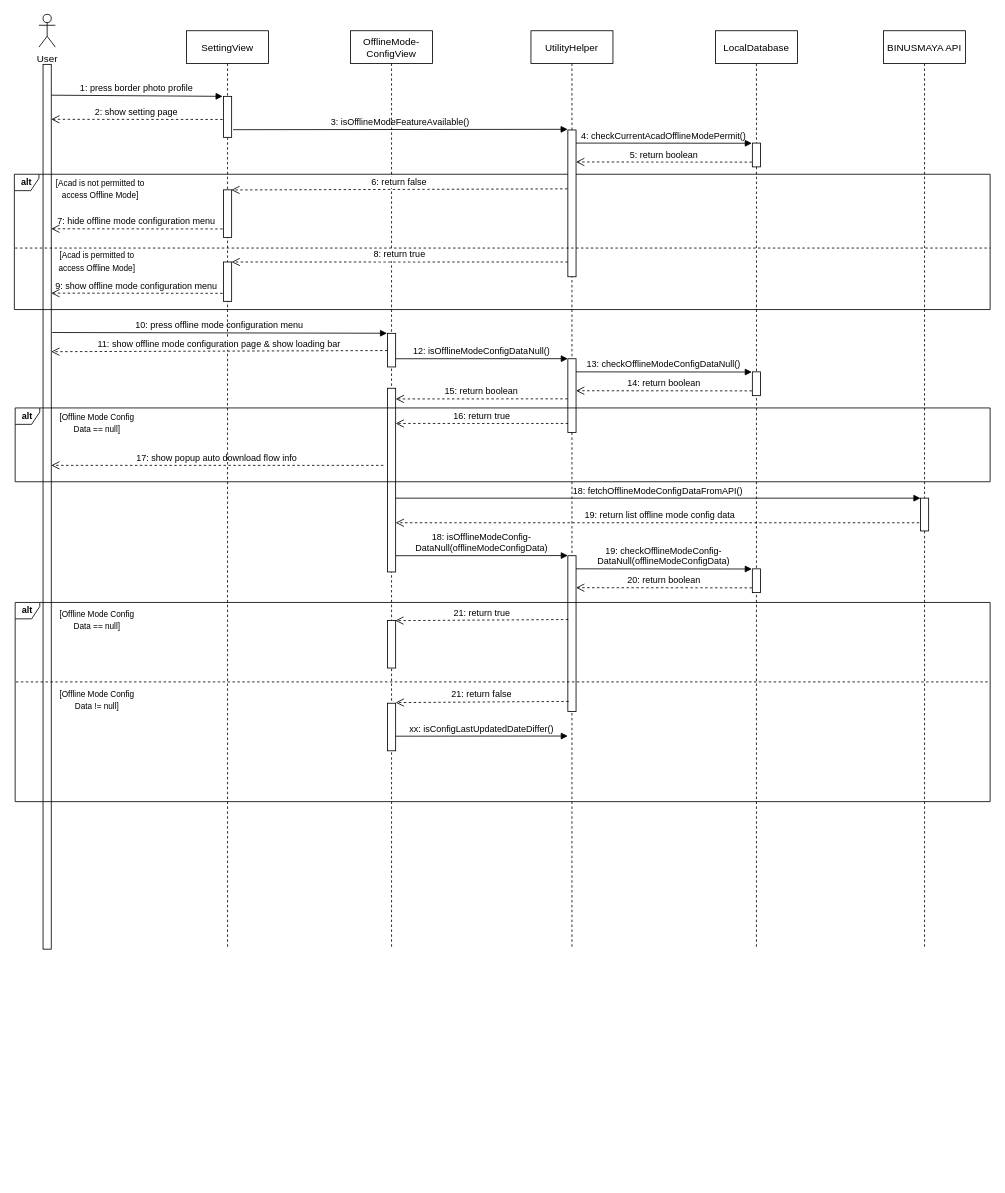
The draw.io diagram diagrams/06. view_offline_mode_config/Sequence Diagram.drawio in angeliawidjaja/offline-mode-paper, before the edit. Source tidied: cells renumbered, new cells numbered last; positions are measured from the earlier drawing's top-left corner, leaving out a move shared by most shapes. Both pictures are drawn from the tidied source at 82%, with x=0, y=0 at pixel (14, 14).
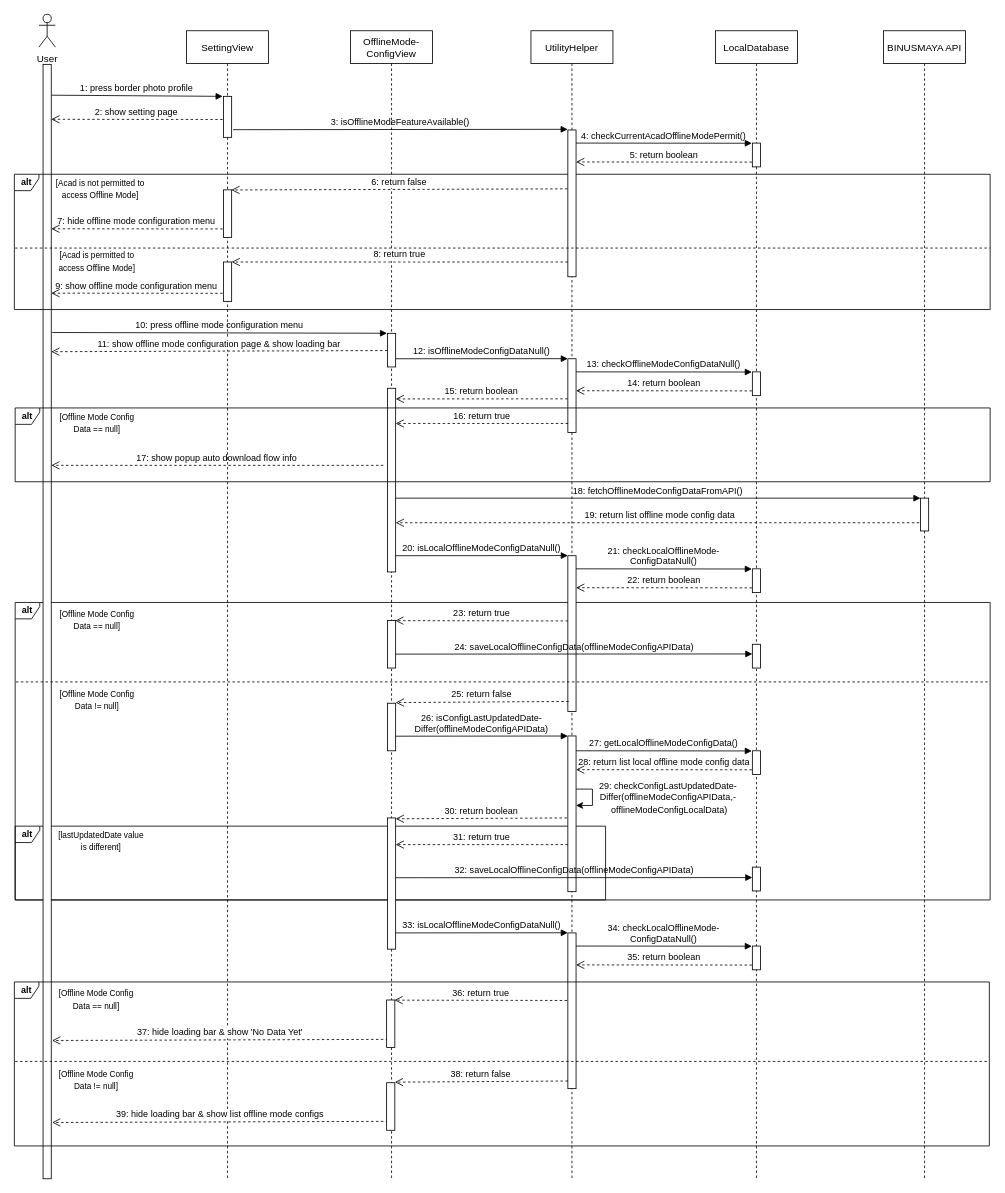
The same diagram, later.

The change refers to these unchanged cells:
```xml
<mxCell id="40" style="points=[];perimeter=orthogonalPerimeter;rounded=0;shadow=0;strokeWidth=1;" parent="1" vertex="1">
  <mxGeometry x="675" y="660.2" width="10" height="189.9" as="geometry" />
</mxCell>
<mxCell id="46" style="points=[];perimeter=orthogonalPerimeter;rounded=0;shadow=0;strokeWidth=1;" parent="1" vertex="1">
  <mxGeometry x="455" y="739.2" width="10" height="58" as="geometry" />
</mxCell>
```

What changed in the source:
```diff
@@
+    <mxCell id="44" value="&lt;b&gt;alt&lt;/b&gt;" style="shape=umlFrame;whiteSpace=wrap;html=1;fontSize=11;width=30;height=20;fillColor=none;" parent="1" vertex="1">
+      <mxGeometry x="1" y="717.2" width="1189" height="362.8" as="geometry" />
+    </mxCell>
+    <mxCell id="59" value="&lt;b&gt;alt&lt;/b&gt;" style="shape=umlFrame;whiteSpace=wrap;html=1;fontSize=11;width=30;height=20;fillColor=none;" parent="1" vertex="1">
+      <mxGeometry x="1" y="990" width="720" height="90" as="geometry" />
+    </mxCell>
+    <mxCell id="47" value="23: return true" style="verticalAlign=bottom;endArrow=open;dashed=1;endSize=8;exitX=0.014;exitY=0.419;shadow=0;strokeWidth=1;entryX=0.955;entryY=0.003;entryDx=0;entryDy=0;entryPerimeter=0;exitDx=0;exitDy=0;exitPerimeter=0;" parent="1" edge="1" source="40" target="46">
+      <mxGeometry relative="1" as="geometry" />
+    </mxCell>
     <mxCell id="2" style="perimeter=orthogonalPerimeter;rounded=0;shadow=0;strokeWidth=1;" parent="1" vertex="1">
-      <mxGeometry x="35" y="61" width="10" height="1079" as="geometry" />
+      <mxGeometry x="35" y="61" width="10" height="1359" as="geometry" />
     </mxCell>
@@
     <mxCell id="4" value="SettingView" style="shape=umlLifeline;perimeter=lifelinePerimeter;rounded=0;shadow=0;strokeWidth=1;" parent="1" vertex="1">
-      <mxGeometry x="210" y="20" width="100" height="1120" as="geometry" />
+      <mxGeometry x="210" y="20" width="100" height="1400" as="geometry" />
     </mxCell>
@@
     <mxCell id="7" value="UtilityHelper" style="shape=umlLifeline;perimeter=lifelinePerimeter;rounded=0;shadow=0;strokeWidth=1;" parent="1" vertex="1">
-      <mxGeometry x="630" y="20" width="100" height="1120" as="geometry" />
+      <mxGeometry x="630" y="20" width="100" height="1400" as="geometry" />
     </mxCell>
@@
     <mxCell id="18" value="LocalDatabase" style="shape=umlLifeline;perimeter=lifelinePerimeter;rounded=0;shadow=0;strokeWidth=1;" parent="1" vertex="1">
-      <mxGeometry x="855" y="20" width="100" height="1120" as="geometry" />
+      <mxGeometry x="855" y="20" width="100" height="1400" as="geometry" />
     </mxCell>
+    <mxCell id="60" style="perimeter=orthogonalPerimeter;rounded=0;shadow=0;strokeWidth=1;" parent="18" vertex="1">
+      <mxGeometry x="45" y="1020" width="10" height="29" as="geometry" />
+    </mxCell>
@@
     <mxCell id="25" value="OfflineMode-&#10;ConfigView" style="shape=umlLifeline;perimeter=lifelinePerimeter;rounded=0;shadow=0;strokeWidth=1;" parent="1" vertex="1">
-      <mxGeometry x="410" y="20" width="100" height="1120" as="geometry" />
+      <mxGeometry x="410" y="20" width="100" height="1400" as="geometry" />
     </mxCell>
@@
-    <mxCell id="39" value="18: isOfflineModeConfig-&#10;DataNull(offlineModeConfigData)" style="verticalAlign=bottom;endArrow=block;shadow=0;strokeWidth=1;fontStyle=0;labelBorderColor=none;labelBackgroundColor=none;exitX=1.021;exitY=0.034;exitDx=0;exitDy=0;exitPerimeter=0;entryX=0;entryY=-0.001;entryDx=0;entryDy=0;entryPerimeter=0;" parent="1" edge="1" target="40">
+    <mxCell id="39" value="20: isLocalOfflineModeConfigDataNull()" style="verticalAlign=bottom;endArrow=block;shadow=0;strokeWidth=1;fontStyle=0;labelBorderColor=none;labelBackgroundColor=none;exitX=1.021;exitY=0.034;exitDx=0;exitDy=0;exitPerimeter=0;entryX=0;entryY=-0.001;entryDx=0;entryDy=0;entryPerimeter=0;" parent="1" edge="1" target="40">
       <mxGeometry relative="1" as="geometry">
         <mxPoint x="465" y="660.2" as="sourcePoint" />
       </mxGeometry>
     </mxCell>
@@
-    <mxCell id="42" value="19: checkOfflineModeConfig-&#10;DataNull(offlineModeConfigData)" style="verticalAlign=bottom;endArrow=block;shadow=0;strokeWidth=1;fontStyle=0;labelBorderColor=none;labelBackgroundColor=none;entryX=-0.024;entryY=0.003;entryDx=0;entryDy=0;entryPerimeter=0;" parent="1" edge="1">
+    <mxCell id="42" value="21: checkLocalOfflineMode-&#10;ConfigDataNull()" style="verticalAlign=bottom;endArrow=block;shadow=0;strokeWidth=1;fontStyle=0;labelBorderColor=none;labelBackgroundColor=none;entryX=-0.024;entryY=0.003;entryDx=0;entryDy=0;entryPerimeter=0;" parent="1" edge="1">
       <mxGeometry relative="1" as="geometry">
         <mxPoint x="685" y="676.2" as="sourcePoint" />
         <mxPoint x="899.4" y="676.4" as="targetPoint" />
       </mxGeometry>
     </mxCell>
-    <mxCell id="43" value="20: return boolean" style="verticalAlign=bottom;endArrow=open;dashed=1;endSize=8;exitX=0;exitY=0.95;shadow=0;strokeWidth=1;entryX=1.046;entryY=0.283;entryDx=0;entryDy=0;entryPerimeter=0;" parent="1" edge="1">
+    <mxCell id="43" value="22: return boolean" style="verticalAlign=bottom;endArrow=open;dashed=1;endSize=8;exitX=0;exitY=0.95;shadow=0;strokeWidth=1;entryX=1.046;entryY=0.283;entryDx=0;entryDy=0;entryPerimeter=0;" parent="1" edge="1">
       <mxGeometry relative="1" as="geometry">
         <mxPoint x="899.5" y="699.4" as="sourcePoint" />
         <mxPoint x="685" y="699.2" as="targetPoint" />
       </mxGeometry>
     </mxCell>
-    <mxCell id="44" value="&lt;b&gt;alt&lt;/b&gt;" style="shape=umlFrame;whiteSpace=wrap;html=1;fontSize=11;width=30;height=20;fillColor=none;" parent="1" vertex="1">
-      <mxGeometry x="1" y="717.2" width="1189" height="242.9" as="geometry" />
-    </mxCell>
@@
-    <mxCell id="47" value="21: return true" style="verticalAlign=bottom;endArrow=open;dashed=1;endSize=8;exitX=0;exitY=0.95;shadow=0;strokeWidth=1;entryX=0.955;entryY=0.003;entryDx=0;entryDy=0;entryPerimeter=0;" parent="1" edge="1" target="46">
-      <mxGeometry relative="1" as="geometry">
-        <mxPoint x="675.5" y="738" as="sourcePoint" />
-      </mxGeometry>
-    </mxCell>
@@
-    <mxCell id="50" value="21: return false" style="verticalAlign=bottom;endArrow=open;dashed=1;endSize=8;exitX=0;exitY=0.95;shadow=0;strokeWidth=1;entryX=0.955;entryY=0.003;entryDx=0;entryDy=0;entryPerimeter=0;" parent="1" edge="1">
+    <mxCell id="50" value="25: return false" style="verticalAlign=bottom;endArrow=open;dashed=1;endSize=8;exitX=0;exitY=0.95;shadow=0;strokeWidth=1;entryX=0.955;entryY=0.003;entryDx=0;entryDy=0;entryPerimeter=0;" parent="1" edge="1">
       <mxGeometry relative="1" as="geometry">
         <mxPoint x="676" y="837.9" as="sourcePoint" />
         <mxPoint x="465" y="839.3" as="targetPoint" />
       </mxGeometry>
     </mxCell>
@@
-    <mxCell id="52" value="xx: isConfigLastUpdatedDateDiffer()" style="verticalAlign=bottom;endArrow=block;shadow=0;strokeWidth=1;fontStyle=0;labelBorderColor=none;labelBackgroundColor=none;exitX=1.021;exitY=0.034;exitDx=0;exitDy=0;exitPerimeter=0;entryX=0;entryY=-0.001;entryDx=0;entryDy=0;entryPerimeter=0;" parent="1" edge="1">
+    <mxCell id="52" value="26: isConfigLastUpdatedDate-&#10;Differ(offlineModeConfigAPIData)" style="verticalAlign=bottom;endArrow=block;shadow=0;strokeWidth=1;fontStyle=0;labelBorderColor=none;labelBackgroundColor=none;exitX=1.021;exitY=0.034;exitDx=0;exitDy=0;exitPerimeter=0;entryX=0;entryY=-0.001;entryDx=0;entryDy=0;entryPerimeter=0;" parent="1" edge="1">
       <mxGeometry relative="1" as="geometry">
         <mxPoint x="465" y="880.3" as="sourcePoint" />
         <mxPoint x="675" y="880.1" as="targetPoint" />
       </mxGeometry>
     </mxCell>
@@
     <mxCell id="57" value="BINUSMAYA API" style="shape=umlLifeline;perimeter=lifelinePerimeter;rounded=0;shadow=0;strokeWidth=1;" parent="1" vertex="1">
-      <mxGeometry x="1060" y="20" width="100" height="1120" as="geometry" />
+      <mxGeometry x="1060" y="20" width="100" height="1400" as="geometry" />
     </mxCell>
@@
+    <mxCell id="61" value="24: saveLocalOfflineConfigData(offlineModeConfigAPIData)" style="verticalAlign=bottom;endArrow=block;shadow=0;strokeWidth=1;fontStyle=0;labelBorderColor=none;labelBackgroundColor=none;exitX=1.021;exitY=0.034;exitDx=0;exitDy=0;exitPerimeter=0;" parent="1" edge="1">
+      <mxGeometry relative="1" as="geometry">
+        <mxPoint x="465" y="780.2" as="sourcePoint" />
+        <mxPoint x="900" y="780" as="targetPoint" />
+      </mxGeometry>
+    </mxCell>
+    <mxCell id="62" style="perimeter=orthogonalPerimeter;rounded=0;shadow=0;strokeWidth=1;" parent="1" vertex="1">
+      <mxGeometry x="900" y="768.2" width="10" height="29" as="geometry" />
+    </mxCell>
+    <mxCell id="63" style="perimeter=orthogonalPerimeter;rounded=0;shadow=0;strokeWidth=1;" parent="1" vertex="1">
+      <mxGeometry x="675" y="880" width="10" height="189.9" as="geometry" />
+    </mxCell>
+    <mxCell id="64" style="perimeter=orthogonalPerimeter;rounded=0;shadow=0;strokeWidth=1;" parent="1" vertex="1">
+      <mxGeometry x="900" y="898.1" width="10" height="29" as="geometry" />
+    </mxCell>
+    <mxCell id="65" value="27: getLocalOfflineModeConfigData()" style="verticalAlign=bottom;endArrow=block;shadow=0;strokeWidth=1;fontStyle=0;labelBorderColor=none;labelBackgroundColor=none;entryX=-0.024;entryY=0.003;entryDx=0;entryDy=0;entryPerimeter=0;" parent="1" edge="1">
+      <mxGeometry relative="1" as="geometry">
+        <mxPoint x="685" y="898.1" as="sourcePoint" />
+        <mxPoint x="899.4" y="898.3" as="targetPoint" />
+      </mxGeometry>
+    </mxCell>
+    <mxCell id="66" value="28: return list local offline mode config data" style="verticalAlign=bottom;endArrow=open;dashed=1;endSize=8;exitX=0;exitY=0.95;shadow=0;strokeWidth=1;entryX=1.046;entryY=0.283;entryDx=0;entryDy=0;entryPerimeter=0;labelBackgroundColor=none;" parent="1" edge="1">
+      <mxGeometry relative="1" as="geometry">
+        <mxPoint x="899.5" y="921.3" as="sourcePoint" />
+        <mxPoint x="685" y="921.1" as="targetPoint" />
+      </mxGeometry>
+    </mxCell>
+    <mxCell id="67" style="endArrow=classic;html=1;rounded=0;labelBackgroundColor=none;labelBorderColor=none;edgeStyle=elbowEdgeStyle;" parent="1" edge="1">
+      <mxGeometry x="-1" y="41" relative="1" as="geometry">
+        <mxPoint x="685" y="944.8" as="sourcePoint" />
+        <mxPoint x="685" y="964.8" as="targetPoint" />
+        <Array as="points">
+          <mxPoint x="705" y="954.8" />
+        </Array>
+        <mxPoint x="-40" y="31" as="offset" />
+      </mxGeometry>
+    </mxCell>
+    <mxCell id="68" value="&lt;font style=&quot;font-size: 11px;&quot;&gt;29: checkConfigLastUpdatedDate-&lt;br&gt;Differ(&lt;span style=&quot;&quot;&gt;offlineModeConfigAPIData,-&lt;br&gt;&amp;nbsp;&lt;/span&gt;&lt;span style=&quot;&quot;&gt;offlineModeConfigLocalData)&lt;/span&gt;&lt;br&gt;&lt;/font&gt;" style="text;html=1;strokeColor=none;fillColor=none;align=center;verticalAlign=middle;whiteSpace=wrap;rounded=0;" parent="1" vertex="1">
+      <mxGeometry x="710" y="935" width="175" height="39.5" as="geometry" />
+    </mxCell>
+    <mxCell id="69" value="&lt;span style=&quot;font-size: 10px;&quot;&gt;[lastUpdatedDate value is different]&lt;/span&gt;" style="text;html=1;strokeColor=none;fillColor=none;align=center;verticalAlign=middle;whiteSpace=wrap;rounded=0;" parent="1" vertex="1">
+      <mxGeometry x="51" y="990" width="110" height="35.5" as="geometry" />
+    </mxCell>
+    <mxCell id="70" value="31: return true" style="verticalAlign=bottom;endArrow=open;dashed=1;endSize=8;exitX=0.014;exitY=0.419;shadow=0;strokeWidth=1;exitDx=0;exitDy=0;exitPerimeter=0;" parent="1" edge="1" target="71">
+      <mxGeometry relative="1" as="geometry">
+        <mxPoint x="675.1" y="1012.5" as="sourcePoint" />
+      </mxGeometry>
+    </mxCell>
+    <mxCell id="71" style="points=[];perimeter=orthogonalPerimeter;rounded=0;shadow=0;strokeWidth=1;" parent="1" vertex="1">
+      <mxGeometry x="455" y="980" width="10" height="160" as="geometry" />
+    </mxCell>
+    <mxCell id="72" value="32: saveLocalOfflineConfigData(offlineModeConfigAPIData)" style="verticalAlign=bottom;endArrow=block;shadow=0;strokeWidth=1;fontStyle=0;labelBorderColor=none;labelBackgroundColor=none;exitX=1.021;exitY=0.034;exitDx=0;exitDy=0;exitPerimeter=0;" parent="1" edge="1">
+      <mxGeometry relative="1" as="geometry">
+        <mxPoint x="465" y="1052.9" as="sourcePoint" />
+        <mxPoint x="900" y="1052.7" as="targetPoint" />
+      </mxGeometry>
+    </mxCell>
+    <mxCell id="73" value="30: return boolean" style="verticalAlign=bottom;endArrow=open;dashed=1;endSize=8;exitX=0.014;exitY=0.419;shadow=0;strokeWidth=1;entryX=1.131;entryY=0.372;entryDx=0;entryDy=0;entryPerimeter=0;exitDx=0;exitDy=0;exitPerimeter=0;" parent="1" edge="1">
+      <mxGeometry relative="1" as="geometry">
+        <mxPoint x="673.8" y="980" as="sourcePoint" />
+        <mxPoint x="465" y="981" as="targetPoint" />
+      </mxGeometry>
+    </mxCell>
+    <mxCell id="74" value="33: isLocalOfflineModeConfigDataNull()" style="verticalAlign=bottom;endArrow=block;shadow=0;strokeWidth=1;fontStyle=0;labelBorderColor=none;labelBackgroundColor=none;exitX=1.021;exitY=0.034;exitDx=0;exitDy=0;exitPerimeter=0;entryX=0;entryY=-0.001;entryDx=0;entryDy=0;entryPerimeter=0;" parent="1" edge="1" target="75">
+      <mxGeometry relative="1" as="geometry">
+        <mxPoint x="465" y="1120.2" as="sourcePoint" />
+      </mxGeometry>
+    </mxCell>
+    <mxCell id="75" style="points=[];perimeter=orthogonalPerimeter;rounded=0;shadow=0;strokeWidth=1;" parent="1" vertex="1">
+      <mxGeometry x="675" y="1120.2" width="10" height="189.9" as="geometry" />
+    </mxCell>
+    <mxCell id="76" style="perimeter=orthogonalPerimeter;rounded=0;shadow=0;strokeWidth=1;" parent="1" vertex="1">
+      <mxGeometry x="900" y="1136.2" width="10" height="29" as="geometry" />
+    </mxCell>
+    <mxCell id="77" value="34: checkLocalOfflineMode-&#10;ConfigDataNull()" style="verticalAlign=bottom;endArrow=block;shadow=0;strokeWidth=1;fontStyle=0;labelBorderColor=none;labelBackgroundColor=none;entryX=-0.024;entryY=0.003;entryDx=0;entryDy=0;entryPerimeter=0;" parent="1" edge="1">
+      <mxGeometry relative="1" as="geometry">
+        <mxPoint x="685" y="1136.2" as="sourcePoint" />
+        <mxPoint x="899.4" y="1136.4" as="targetPoint" />
+      </mxGeometry>
+    </mxCell>
+    <mxCell id="78" value="35: return boolean" style="verticalAlign=bottom;endArrow=open;dashed=1;endSize=8;exitX=0;exitY=0.95;shadow=0;strokeWidth=1;entryX=1.046;entryY=0.283;entryDx=0;entryDy=0;entryPerimeter=0;" parent="1" edge="1">
+      <mxGeometry relative="1" as="geometry">
+        <mxPoint x="899.5" y="1159.4" as="sourcePoint" />
+        <mxPoint x="685" y="1159.2" as="targetPoint" />
+      </mxGeometry>
+    </mxCell>
+    <mxCell id="79" value="&lt;b&gt;alt&lt;/b&gt;" style="shape=umlFrame;whiteSpace=wrap;html=1;fontSize=11;width=30;height=20;fillColor=none;" parent="1" vertex="1">
+      <mxGeometry y="1180" width="1189" height="200" as="geometry" />
+    </mxCell>
+    <mxCell id="80" value="36: return true" style="verticalAlign=bottom;endArrow=open;dashed=1;endSize=8;exitX=0.014;exitY=0.419;shadow=0;strokeWidth=1;entryX=0.955;entryY=0.003;entryDx=0;entryDy=0;entryPerimeter=0;exitDx=0;exitDy=0;exitPerimeter=0;" parent="1" edge="1" target="87">
+      <mxGeometry relative="1" as="geometry">
+        <mxPoint x="674.1" y="1202.6" as="sourcePoint" />
+      </mxGeometry>
+    </mxCell>
+    <mxCell id="81" value="&lt;span style=&quot;font-size: 10px;&quot;&gt;[Offline Mode Config Data == null]&lt;/span&gt;" style="text;html=1;strokeColor=none;fillColor=none;align=center;verticalAlign=middle;whiteSpace=wrap;rounded=0;" parent="1" vertex="1">
+      <mxGeometry x="45" y="1183" width="110" height="35.5" as="geometry" />
+    </mxCell>
+    <mxCell id="82" style="line;strokeWidth=1;fillColor=none;align=left;verticalAlign=middle;spacingTop=-1;spacingLeft=3;spacingRight=3;labelPosition=right;strokeColor=inherit;fontSize=10;dashed=1;" parent="1" vertex="1">
+      <mxGeometry x="1" y="1272.9" width="1188" height="8" as="geometry" />
+    </mxCell>
+    <mxCell id="83" value="&lt;span style=&quot;font-size: 10px;&quot;&gt;[Offline Mode Config Data != null]&lt;/span&gt;" style="text;html=1;strokeColor=none;fillColor=none;align=center;verticalAlign=middle;whiteSpace=wrap;rounded=0;" parent="1" vertex="1">
+      <mxGeometry x="45" y="1280.9" width="110" height="35.5" as="geometry" />
+    </mxCell>
+    <mxCell id="84" value="38: return false" style="verticalAlign=bottom;endArrow=open;dashed=1;endSize=8;exitX=0;exitY=0.95;shadow=0;strokeWidth=1;entryX=0.955;entryY=0.003;entryDx=0;entryDy=0;entryPerimeter=0;" parent="1" edge="1">
+      <mxGeometry relative="1" as="geometry">
+        <mxPoint x="675" y="1300.8" as="sourcePoint" />
+        <mxPoint x="464" y="1302.2" as="targetPoint" />
+      </mxGeometry>
+    </mxCell>
+    <mxCell id="85" value="37: hide loading bar &amp; show 'No Data Yet'" style="verticalAlign=bottom;endArrow=open;dashed=1;endSize=8;exitX=0;exitY=0.95;shadow=0;strokeWidth=1;entryX=0.955;entryY=0.003;entryDx=0;entryDy=0;entryPerimeter=0;" parent="1" edge="1">
+      <mxGeometry relative="1" as="geometry">
+        <mxPoint x="456" y="1250" as="sourcePoint" />
+        <mxPoint x="46" y="1251.4" as="targetPoint" />
+      </mxGeometry>
+    </mxCell>
+    <mxCell id="86" value="39: hide loading bar &amp; show list offline mode configs" style="verticalAlign=bottom;endArrow=open;dashed=1;endSize=8;exitX=0;exitY=0.95;shadow=0;strokeWidth=1;entryX=0.955;entryY=0.003;entryDx=0;entryDy=0;entryPerimeter=0;" parent="1" edge="1">
+      <mxGeometry relative="1" as="geometry">
+        <mxPoint x="456" y="1350" as="sourcePoint" />
+        <mxPoint x="46" y="1351.4" as="targetPoint" />
+      </mxGeometry>
+    </mxCell>
+    <mxCell id="87" style="points=[];perimeter=orthogonalPerimeter;rounded=0;shadow=0;strokeWidth=1;" parent="1" vertex="1">
+      <mxGeometry x="454" y="1202" width="10" height="58" as="geometry" />
+    </mxCell>
+    <mxCell id="88" style="perimeter=orthogonalPerimeter;rounded=0;shadow=0;strokeWidth=1;" parent="1" vertex="1">
+      <mxGeometry x="454" y="1302.9" width="10" height="58" as="geometry" />
+    </mxCell>
```
